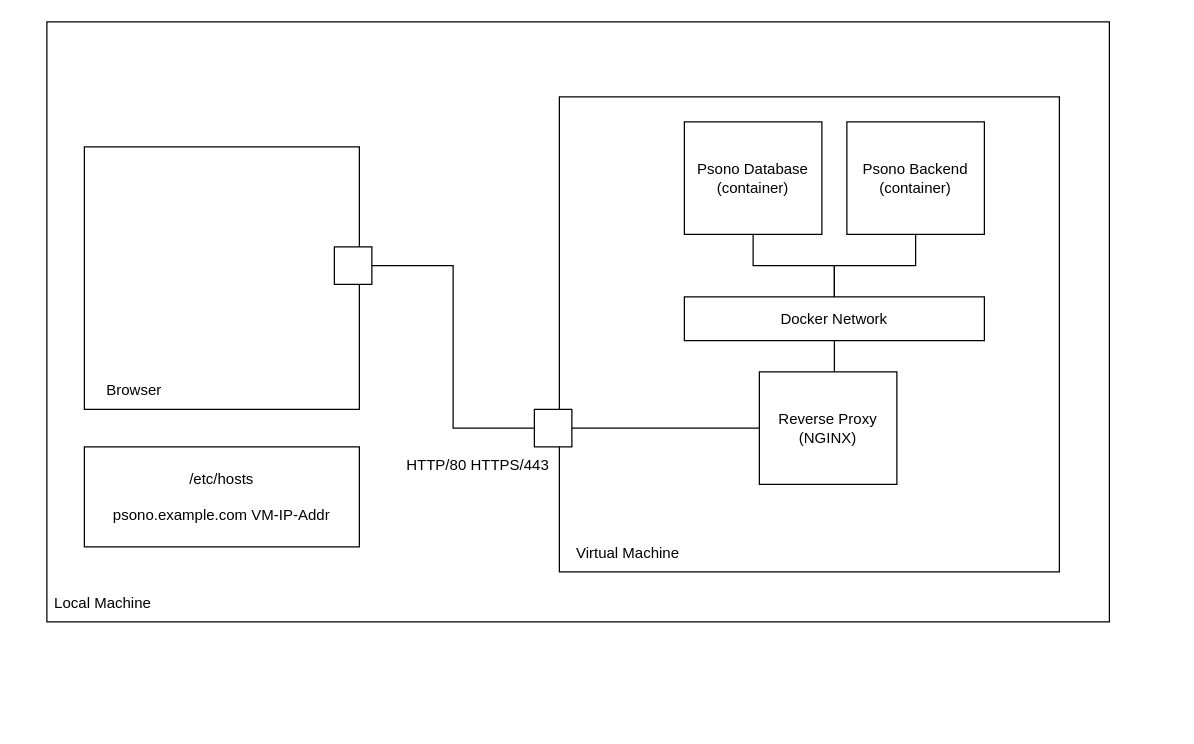
The draw.io diagram zorin_cybersecurity2/PsonoITSArchitecture.drawio in v-research/edu, before the edit. Source tidied: cells renumbered, new cells numbered last; positions are measured from the earlier drawing's top-left corner, leaving out a move shared by most shapes. Both pictures are drawn from the tidied source at 125%, with x=0, y=0 at pixel (21, 21).
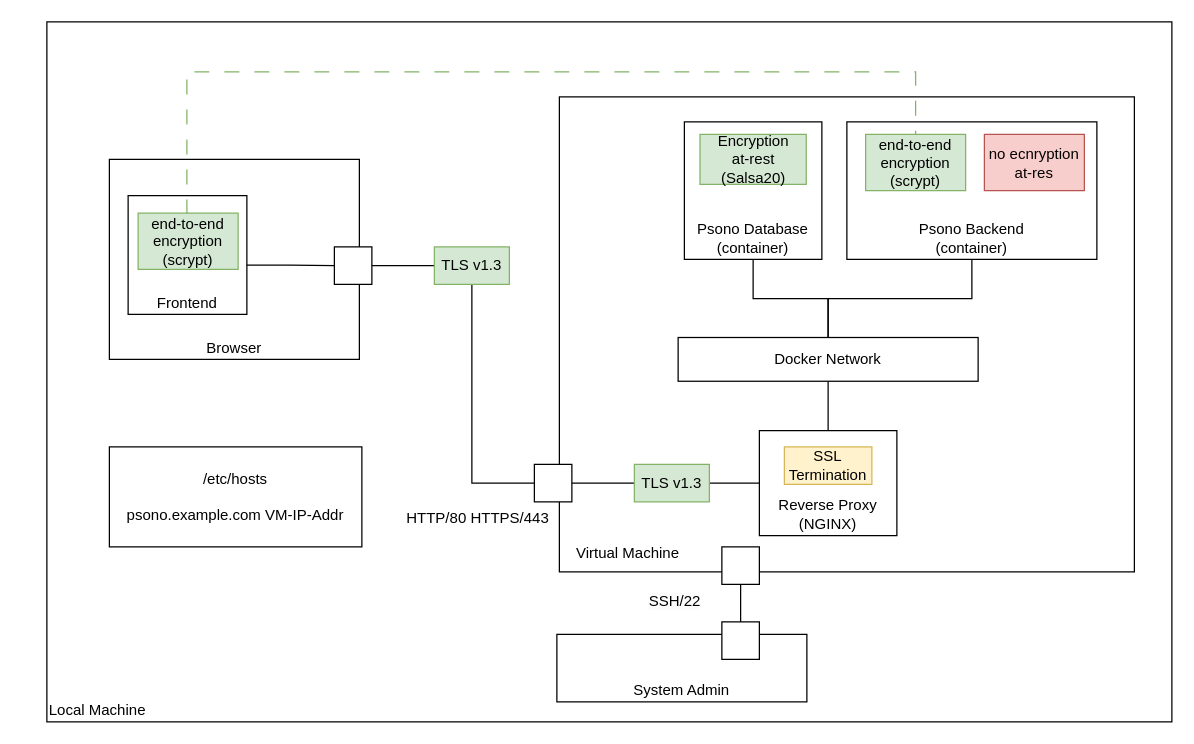
The same diagram, later.

The change refers to these unchanged cells:
```xml
<mxCell id="5" style="rounded=0;whiteSpace=wrap;html=1;" parent="1" vertex="1">
  <mxGeometry x="250" y="180" width="30" height="30" as="geometry" />
</mxCell>
```

The edit, as a diff of the source:
```diff
@@
-    <mxCell id="2" style="rounded=0;whiteSpace=wrap;html=1;" parent="1" vertex="1">
-      <mxGeometry x="20" width="850" height="480" as="geometry" />
+    <mxCell id="2" value="Local Machine" style="rounded=0;whiteSpace=wrap;html=1;verticalAlign=bottom;align=left;" parent="1" vertex="1">
+      <mxGeometry x="20" width="900" height="560" as="geometry" />
     </mxCell>
-    <mxCell id="3" style="rounded=0;whiteSpace=wrap;html=1;" parent="1" vertex="1">
-      <mxGeometry x="50" y="100" width="220" height="210" as="geometry" />
+    <mxCell id="3" value="Browser" style="rounded=0;whiteSpace=wrap;html=1;verticalAlign=bottom;" parent="1" vertex="1">
+      <mxGeometry x="70" y="110" width="200" height="160" as="geometry" />
     </mxCell>
-    <mxCell id="4" value="Browser" style="text;html=1;strokeColor=none;fillColor=none;align=center;verticalAlign=middle;whiteSpace=wrap;rounded=0;" parent="1" vertex="1">
-      <mxGeometry x="40" y="280" width="100" height="30" as="geometry" />
-    </mxCell>
@@
     <mxCell id="6" style="rounded=0;whiteSpace=wrap;html=1;" parent="1" vertex="1">
-      <mxGeometry x="430" y="60" width="400" height="380" as="geometry" />
+      <mxGeometry x="430" y="60" width="460" height="380" as="geometry" />
     </mxCell>
@@
-    <mxCell id="8" value="Local Machine" style="text;html=1;strokeColor=none;fillColor=none;align=center;verticalAlign=middle;whiteSpace=wrap;rounded=0;" parent="1" vertex="1">
-      <mxGeometry y="450" width="130" height="30" as="geometry" />
-    </mxCell>
-    <mxCell id="9" value="&lt;div&gt;Reverse Proxy&lt;br&gt;&lt;/div&gt;&lt;div&gt;(NGINX)&lt;/div&gt;" style="rounded=0;whiteSpace=wrap;html=1;" parent="1" vertex="1">
-      <mxGeometry x="590" y="280" width="110" height="90" as="geometry" />
+    <mxCell id="9" value="&lt;div&gt;Reverse Proxy&lt;br&gt;&lt;/div&gt;&lt;div&gt;(NGINX)&lt;/div&gt;" style="rounded=0;whiteSpace=wrap;html=1;verticalAlign=bottom;" parent="1" vertex="1">
+      <mxGeometry x="590" y="327" width="110" height="84" as="geometry" />
     </mxCell>
@@
-    <mxCell id="11" value="&lt;div&gt;Psono Database&lt;/div&gt;&lt;div&gt;(container)&lt;br&gt;&lt;/div&gt;" style="rounded=0;whiteSpace=wrap;html=1;" parent="1" vertex="1">
-      <mxGeometry x="530" y="80" width="110" height="90" as="geometry" />
+    <mxCell id="11" value="&lt;div&gt;Psono Database&lt;/div&gt;&lt;div&gt;(container)&lt;br&gt;&lt;/div&gt;" style="rounded=0;whiteSpace=wrap;html=1;verticalAlign=bottom;" parent="1" vertex="1">
+      <mxGeometry x="530" y="80" width="110" height="110" as="geometry" />
     </mxCell>
@@
-    <mxCell id="13" value="&lt;div&gt;Psono Backend&lt;/div&gt;&lt;div&gt;(container)&lt;br&gt;&lt;/div&gt;" style="rounded=0;whiteSpace=wrap;html=1;" parent="1" vertex="1">
-      <mxGeometry x="660" y="80" width="110" height="90" as="geometry" />
+    <mxCell id="13" value="&lt;div&gt;Psono Backend&lt;/div&gt;&lt;div&gt;(container)&lt;br&gt;&lt;/div&gt;" style="rounded=0;whiteSpace=wrap;html=1;verticalAlign=bottom;" parent="1" vertex="1">
+      <mxGeometry x="660" y="80" width="200" height="110" as="geometry" />
     </mxCell>
     <mxCell id="14" value="Docker Network" style="rounded=0;whiteSpace=wrap;html=1;" parent="1" vertex="1">
-      <mxGeometry x="530" y="220" width="240" height="35" as="geometry" />
+      <mxGeometry x="525" y="252.5" width="240" height="35" as="geometry" />
     </mxCell>
     <mxCell id="15" style="rounded=0;whiteSpace=wrap;html=1;" parent="1" vertex="1">
-      <mxGeometry x="410" y="310" width="30" height="30" as="geometry" />
+      <mxGeometry x="410" y="354" width="30" height="30" as="geometry" />
     </mxCell>
-    <mxCell id="16" style="edgeStyle=orthogonalEdgeStyle;rounded=0;jettySize=auto;html=1;endArrow=none;endFill=0;exitX=1;exitY=0.5;exitDx=0;exitDy=0;entryX=0;entryY=0.5;entryDx=0;entryDy=0;" parent="1" edge="1" source="15" target="9">
+    <mxCell id="16" style="edgeStyle=orthogonalEdgeStyle;rounded=0;jettySize=auto;html=1;endArrow=none;endFill=0;exitX=1;exitY=0.5;exitDx=0;exitDy=0;entryX=0;entryY=0.5;entryDx=0;entryDy=0;" parent="1" edge="1" source="24" target="9">
       <mxGeometry relative="1" as="geometry" />
     </mxCell>
-    <mxCell id="17" style="edgeStyle=orthogonalEdgeStyle;rounded=0;jettySize=auto;html=1;endArrow=none;endFill=0;exitX=0.5;exitY=1;exitDx=0;exitDy=0;" parent="1" edge="1" source="14">
-      <mxGeometry relative="1" as="geometry">
-        <mxPoint x="650" y="280" as="targetPoint" />
-      </mxGeometry>
+    <mxCell id="17" style="edgeStyle=orthogonalEdgeStyle;rounded=0;jettySize=auto;html=1;endArrow=none;endFill=0;exitX=0.5;exitY=1;exitDx=0;exitDy=0;" parent="1" edge="1" source="14" target="9">
+      <mxGeometry relative="1" as="geometry" />
     </mxCell>
     <mxCell id="18" value="HTTP/80 HTTPS/443" style="text;html=1;strokeColor=none;fillColor=none;align=center;verticalAlign=middle;whiteSpace=wrap;rounded=0;" parent="1" vertex="1">
-      <mxGeometry x="300" y="340" width="130" height="30" as="geometry" />
+      <mxGeometry x="300" y="382" width="130" height="30" as="geometry" />
     </mxCell>
-    <mxCell id="19" style="edgeStyle=orthogonalEdgeStyle;rounded=0;jettySize=auto;html=1;endArrow=none;endFill=0;exitX=1;exitY=0.5;exitDx=0;exitDy=0;entryX=0;entryY=0.5;entryDx=0;entryDy=0;" parent="1" edge="1" source="5" target="15">
-      <mxGeometry relative="1" as="geometry" />
+    <mxCell id="19" style="edgeStyle=orthogonalEdgeStyle;rounded=0;jettySize=auto;html=1;endArrow=none;endFill=0;exitX=0.5;exitY=1;exitDx=0;exitDy=0;entryX=0;entryY=0.5;entryDx=0;entryDy=0;" parent="1" edge="1" source="22" target="15">
+      <mxGeometry relative="1" as="geometry">
+        <Array as="points">
+          <mxPoint x="360" y="369" />
+        </Array>
+      </mxGeometry>
     </mxCell>
     <mxCell id="20" value="&lt;div&gt;/etc/hosts&lt;/div&gt;&lt;div&gt;&lt;br&gt;&lt;/div&gt;&lt;div&gt;psono.example.com VM-IP-Addr&lt;br&gt;&lt;/div&gt;" style="rounded=0;whiteSpace=wrap;html=1;" parent="1" vertex="1">
-      <mxGeometry x="50" y="340" width="220" height="80" as="geometry" />
+      <mxGeometry x="70" y="340" width="202" height="80" as="geometry" />
     </mxCell>
+    <mxCell id="21" style="edgeStyle=orthogonalEdgeStyle;rounded=0;jettySize=auto;html=1;endArrow=none;endFill=0;exitX=1;exitY=0.5;exitDx=0;exitDy=0;entryX=0;entryY=0.5;entryDx=0;entryDy=0;" parent="1" edge="1" source="5" target="22">
+      <mxGeometry relative="1" as="geometry" />
+    </mxCell>
+    <mxCell id="22" value="TLS v1.3" style="text;html=1;strokeColor=#82b366;fillColor=#d5e8d4;align=center;verticalAlign=middle;whiteSpace=wrap;rounded=0;" parent="1" vertex="1">
+      <mxGeometry x="330" y="180" width="60" height="30" as="geometry" />
+    </mxCell>
+    <mxCell id="23" style="edgeStyle=orthogonalEdgeStyle;rounded=0;jettySize=auto;html=1;endArrow=none;endFill=0;exitX=1;exitY=0.5;exitDx=0;exitDy=0;entryX=0;entryY=0.5;entryDx=0;entryDy=0;" parent="1" edge="1" source="15" target="24">
+      <mxGeometry relative="1" as="geometry" />
+    </mxCell>
+    <mxCell id="24" value="TLS v1.3" style="text;html=1;strokeColor=#82b366;fillColor=#d5e8d4;align=center;verticalAlign=middle;whiteSpace=wrap;rounded=0;" parent="1" vertex="1">
+      <mxGeometry x="490" y="354" width="60" height="30" as="geometry" />
+    </mxCell>
+    <mxCell id="25" value="SSL Termination" style="text;html=1;strokeColor=#d6b656;fillColor=#fff2cc;align=center;verticalAlign=middle;whiteSpace=wrap;rounded=0;" parent="1" vertex="1">
+      <mxGeometry x="610" y="340" width="70" height="30" as="geometry" />
+    </mxCell>
+    <mxCell id="26" value="Encryption &lt;br&gt;at-rest (Salsa20)" style="text;html=1;strokeColor=#82b366;fillColor=#d5e8d4;align=center;verticalAlign=middle;whiteSpace=wrap;rounded=0;" parent="1" vertex="1">
+      <mxGeometry x="542.5" y="90" width="85" height="40" as="geometry" />
+    </mxCell>
+    <mxCell id="27" value="Frontend" style="whiteSpace=wrap;html=1;verticalAlign=bottom;" parent="1" vertex="1">
+      <mxGeometry x="85" y="139" width="95" height="95" as="geometry" />
+    </mxCell>
+    <mxCell id="28" style="edgeStyle=orthogonalEdgeStyle;rounded=0;jettySize=auto;html=1;entryX=0.5;entryY=0;entryDx=0;entryDy=0;exitX=0.5;exitY=0;exitDx=0;exitDy=0;endArrow=none;endFill=0;dashed=1;dashPattern=12 12;fillColor=#d5e8d4;strokeColor=#82b366;" parent="1" edge="1" source="29" target="31">
+      <mxGeometry relative="1" as="geometry">
+        <Array as="points">
+          <mxPoint x="132" y="40" />
+          <mxPoint x="715" y="40" />
+        </Array>
+      </mxGeometry>
+    </mxCell>
+    <mxCell id="29" value="end-to-end encryption&lt;br&gt;(scrypt)" style="text;html=1;strokeColor=#82b366;fillColor=#d5e8d4;align=center;verticalAlign=middle;whiteSpace=wrap;rounded=0;" parent="1" vertex="1">
+      <mxGeometry x="93" y="153" width="80" height="45" as="geometry" />
+    </mxCell>
+    <mxCell id="30" style="edgeStyle=orthogonalEdgeStyle;rounded=0;jettySize=auto;html=1;endArrow=none;endFill=0;exitX=0.998;exitY=0.585;exitDx=0;exitDy=0;entryX=0;entryY=0.5;entryDx=0;entryDy=0;exitPerimeter=0;" parent="1" edge="1" source="27" target="5">
+      <mxGeometry relative="1" as="geometry" />
+    </mxCell>
+    <mxCell id="31" value="end-to-end encryption&lt;br&gt;(scrypt)" style="text;html=1;strokeColor=#82b366;fillColor=#d5e8d4;align=center;verticalAlign=middle;whiteSpace=wrap;rounded=0;" parent="1" vertex="1">
+      <mxGeometry x="675" y="90" width="80" height="45" as="geometry" />
+    </mxCell>
+    <mxCell id="32" value="no ecnryption at-res" style="text;html=1;strokeColor=#b85450;fillColor=#f8cecc;align=center;verticalAlign=middle;whiteSpace=wrap;rounded=0;" parent="1" vertex="1">
+      <mxGeometry x="770" y="90" width="80" height="45" as="geometry" />
+    </mxCell>
+    <mxCell id="33" style="rounded=0;whiteSpace=wrap;html=1;" parent="1" vertex="1">
+      <mxGeometry x="560" y="420" width="30" height="30" as="geometry" />
+    </mxCell>
+    <mxCell id="34" value="&lt;span style=&quot;color: rgb(0, 0, 0); font-family: Helvetica; font-size: 12px; font-style: normal; font-variant-ligatures: normal; font-variant-caps: normal; font-weight: 400; letter-spacing: normal; orphans: 2; text-align: center; text-indent: 0px; text-transform: none; widows: 2; word-spacing: 0px; -webkit-text-stroke-width: 0px; background-color: rgb(251, 251, 251); text-decoration-thickness: initial; text-decoration-style: initial; text-decoration-color: initial; float: none; display: inline !important;&quot;&gt;SSH/22&lt;/span&gt;" style="text;whiteSpace=wrap;html=1;" parent="1" vertex="1">
+      <mxGeometry x="500" y="450" width="60" height="30" as="geometry" />
+    </mxCell>
+    <mxCell id="35" value="System Admin" style="rounded=0;whiteSpace=wrap;html=1;verticalAlign=bottom;" parent="1" vertex="1">
+      <mxGeometry x="428" y="490" width="200" height="54" as="geometry" />
+    </mxCell>
+    <mxCell id="36" style="edgeStyle=orthogonalEdgeStyle;rounded=0;jettySize=auto;html=1;endArrow=none;endFill=0;" parent="1" edge="1" source="37" target="33">
+      <mxGeometry relative="1" as="geometry" />
+    </mxCell>
+    <mxCell id="37" style="rounded=0;whiteSpace=wrap;html=1;" parent="1" vertex="1">
+      <mxGeometry x="560" y="480" width="30" height="30" as="geometry" />
+    </mxCell>
```
